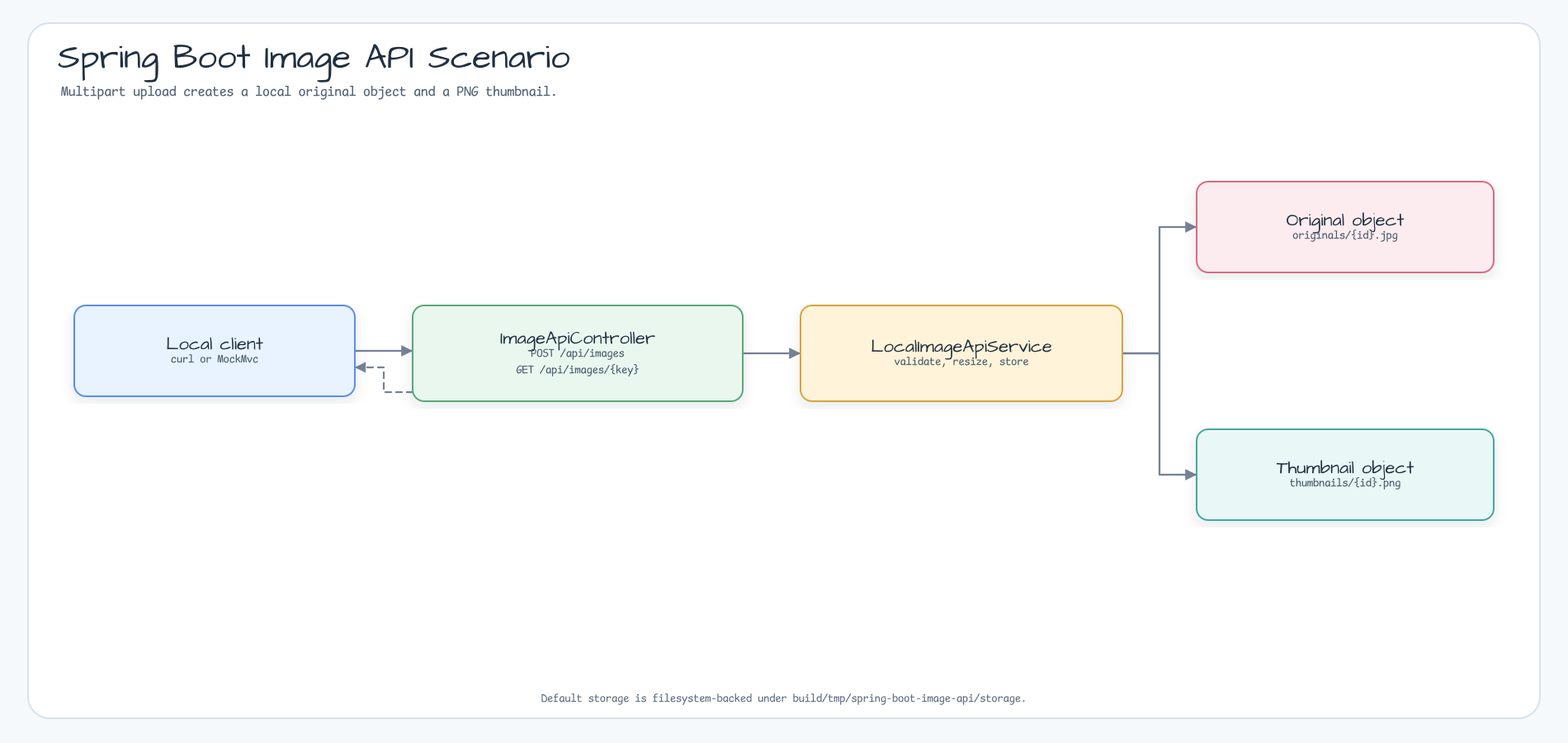
bluetape4k/bluetape4k-image keeps this Graphviz diagram as docs/images/readme-diagrams/examples-spring-boot-image-api-scenario-01.png. Above is the earlier version. Its source is kept beside it as docs/images/readme-diagrams/examples-spring-boot-image-api-scenario-01.dot.
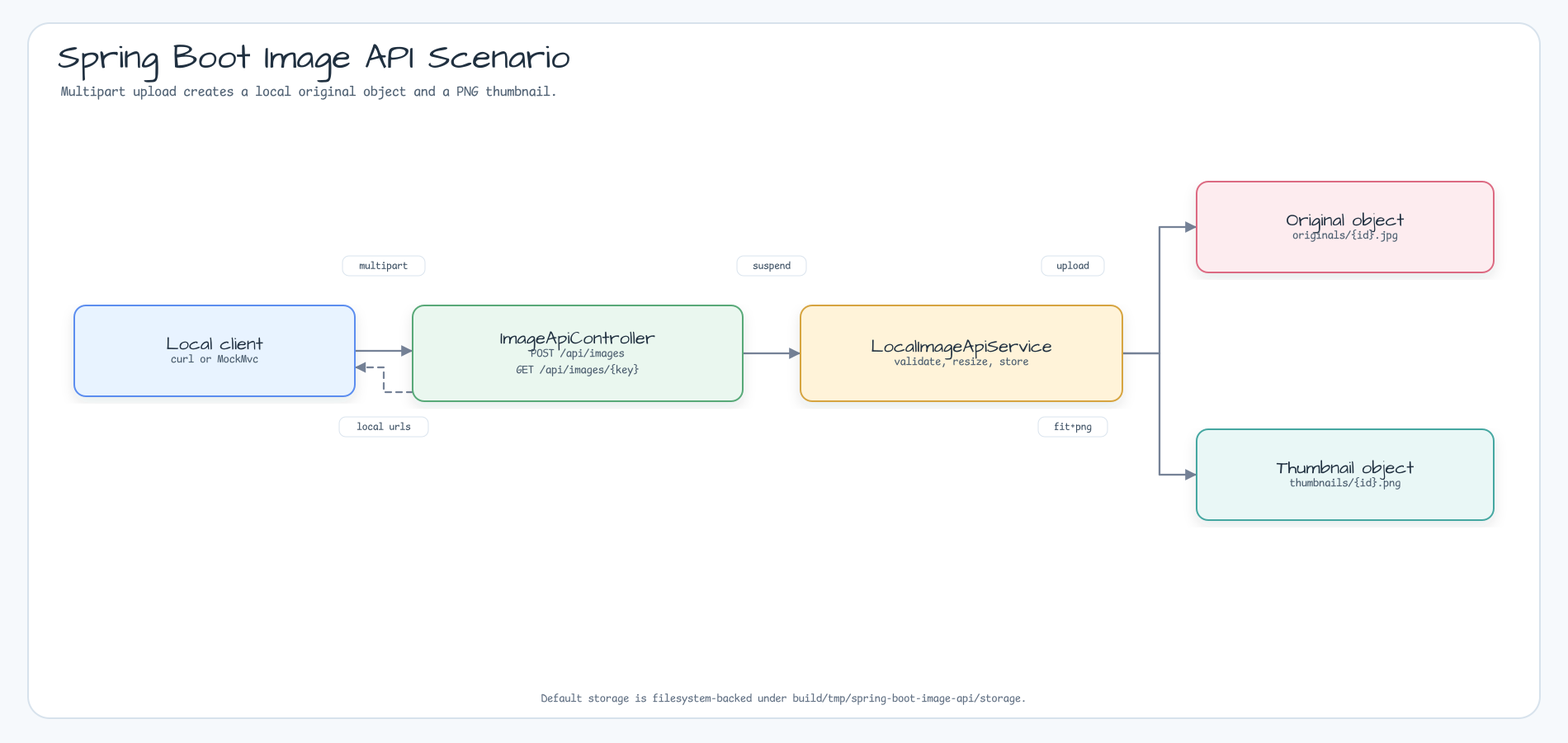
The same file after the commit.

What changed in the source:
```diff
@@ -9,9 +9,9 @@
   "service" [label="LocalImageApiService"];
   "original" [label="Original object"];
   "thumbnail" [label="Thumbnail object"];
-  "client" -> "controller" [label=""];
-  "controller" -> "service" [label=""];
-  "service" -> "original" [label=""];
-  "service" -> "thumbnail" [label=""];
-  "controller" -> "client" [label=""];
+  "client" -> "controller" [label="multipart"];
+  "controller" -> "service" [label="suspend"];
+  "service" -> "original" [label="upload"];
+  "service" -> "thumbnail" [label="fit+png"];
+  "controller" -> "client" [label="local urls"];
 }
```
